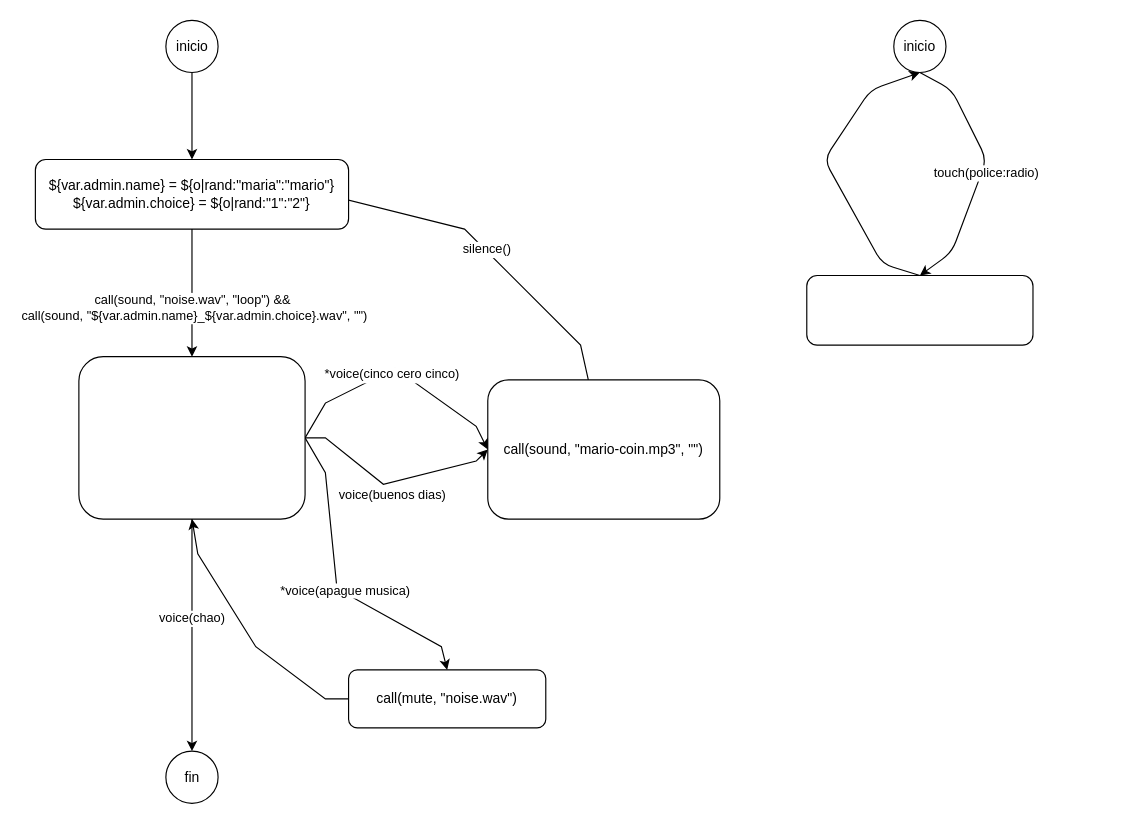
The draw.io diagram data/ue/scenes/caso1.drawio in ejfdelgado/ejflab, before the edit. Source tidied: cells renumbered, new cells numbered last; positions are measured from the earlier drawing's top-left corner, leaving out a move shared by most shapes. Both pictures are drawn from the tidied source at 116%, with x=0, y=0 at pixel (35, 20).
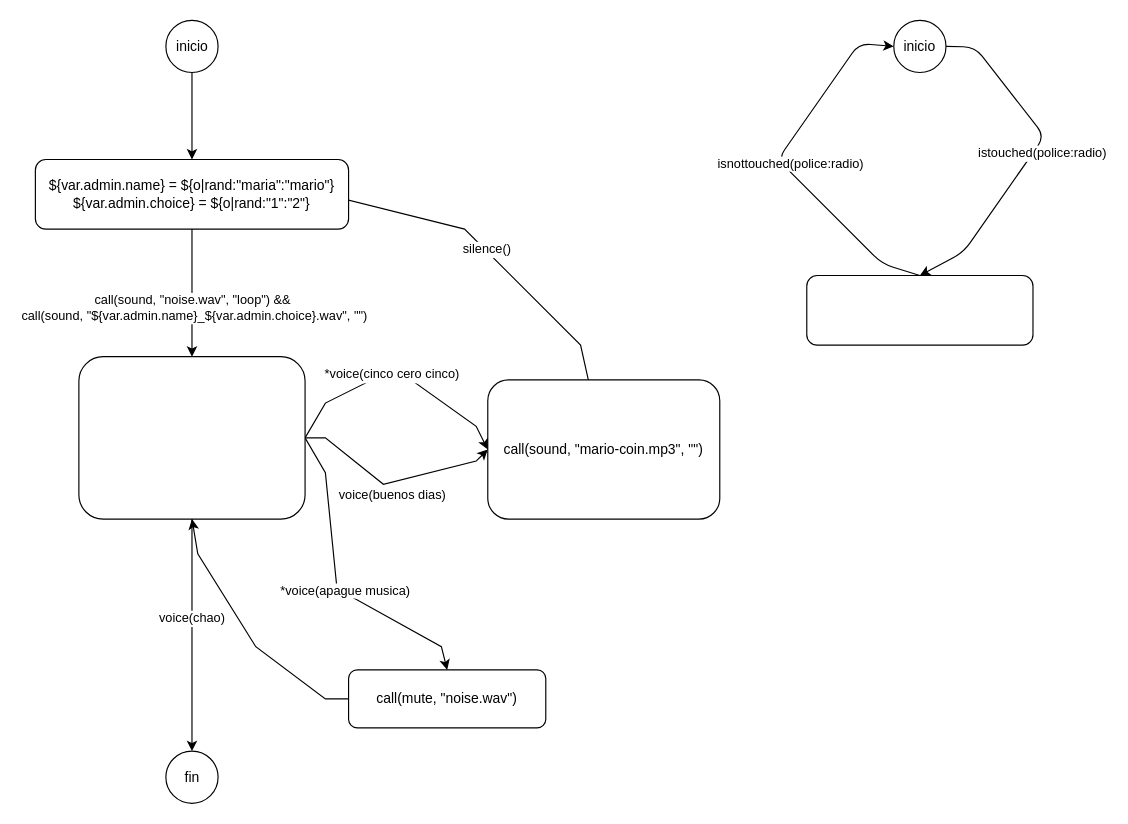
The same page after the edit.

The change refers to these unchanged cells:
```xml
<mxCell id="25" value="inicio" style="ellipse;whiteSpace=wrap;" parent="1" vertex="1">
  <mxGeometry x="740" width="45" height="45" as="geometry" />
</mxCell>
<mxCell id="27" style="rounded=1;whiteSpace=wrap;" parent="1" vertex="1">
  <mxGeometry x="665" y="220" width="195" height="60" as="geometry" />
</mxCell>
```

Diff of the diagram source:
```diff
@@
-    <mxCell id="23" style="edgeStyle=none;entryX=0.5;entryY=0;entryDx=0;entryDy=0;exitX=0.5;exitY=1;exitDx=0;exitDy=0;" parent="1" edge="1" source="25" target="27">
+    <mxCell id="23" style="edgeStyle=none;entryX=0.5;entryY=0;entryDx=0;entryDy=0;exitX=1;exitY=0.5;exitDx=0;exitDy=0;" parent="1" edge="1" source="25" target="27">
       <mxGeometry relative="1" as="geometry">
         <Array as="points">
-          <mxPoint x="790" y="60" />
-          <mxPoint x="820" y="120" />
-          <mxPoint x="790" y="200" />
+          <mxPoint x="810" y="23" />
+          <mxPoint x="870" y="100" />
+          <mxPoint x="800" y="200" />
         </Array>
       </mxGeometry>
     </mxCell>
-    <mxCell id="24" value="touch(police:radio)" style="edgeLabel;align=center;verticalAlign=middle;" parent="23" vertex="1">
+    <mxCell id="24" value="istouched(police:radio)" style="edgeLabel;align=center;verticalAlign=middle;" parent="23" vertex="1">
       <mxGeometry x="-0.25" relative="1" as="geometry">
         <mxPoint x="7" y="25" as="offset" />
       </mxGeometry>
     </mxCell>
@@
-    <mxCell id="26" style="edgeStyle=none;entryX=0.5;entryY=1;entryDx=0;entryDy=0;exitX=0.5;exitY=0;exitDx=0;exitDy=0;" parent="1" edge="1" source="27" target="25">
+    <mxCell id="26" style="edgeStyle=none;entryX=0;entryY=0.5;entryDx=0;entryDy=0;exitX=0.5;exitY=0;exitDx=0;exitDy=0;" parent="1" edge="1" source="27" target="25">
       <mxGeometry relative="1" as="geometry">
         <Array as="points">
           <mxPoint x="730" y="210" />
-          <mxPoint x="680" y="120" />
-          <mxPoint x="720" y="60" />
+          <mxPoint x="640" y="120" />
+          <mxPoint x="710" y="20" />
         </Array>
       </mxGeometry>
     </mxCell>
+    <mxCell id="28" value="isnottouched(police:radio)" style="edgeLabel;html=1;align=center;verticalAlign=middle;" parent="26" vertex="1">
+      <mxGeometry x="-0.03" y="-5" relative="1" as="geometry" />
+    </mxCell>
```
